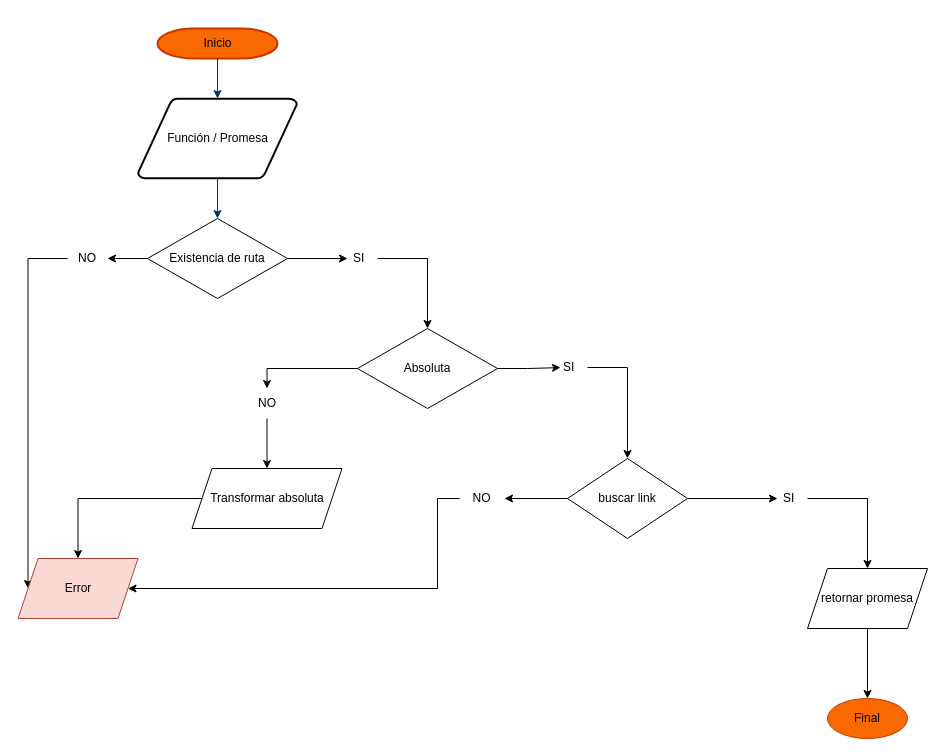
Above: Diagrama sin título.drawio in WaraKaren/MdLink (draw.io), before the change. Source tidied: cells renumbered, new cells numbered last; positions are measured from the earlier drawing's top-left corner, leaving out a move shared by most shapes. Both pictures are drawn from the tidied source at 100%, with x=0, y=0 at pixel (17, 28).
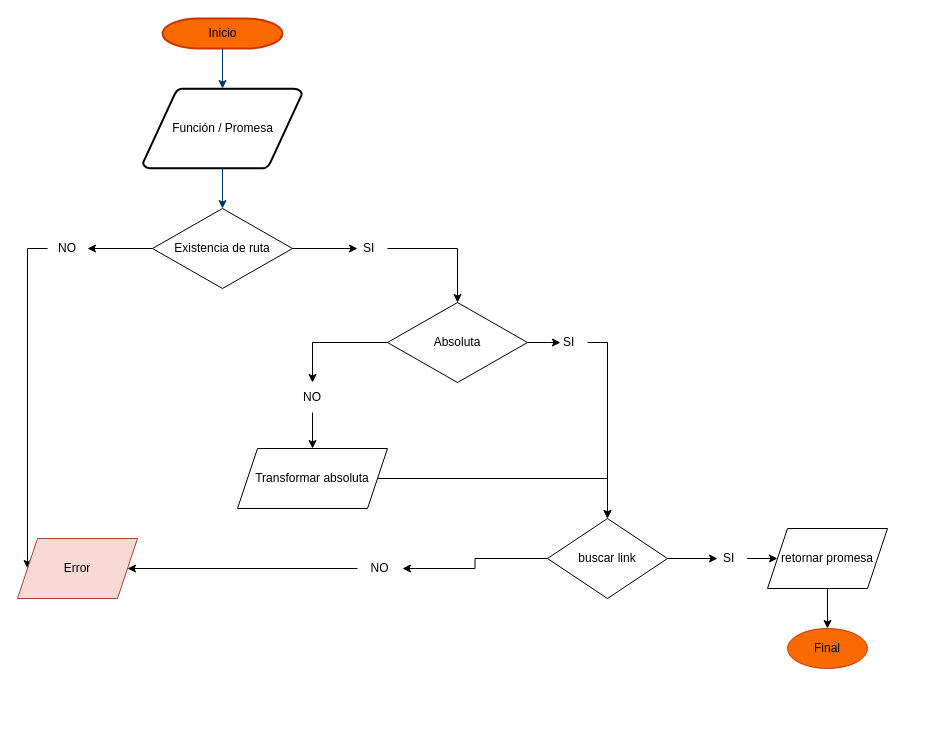
The same diagram, later.

Change to the diagram source:
```diff
@@
     <mxCell id="2" value="Inicio" style="shape=mxgraph.flowchart.terminator;strokeWidth=2;gradientDirection=north;fontStyle=0;html=1;fillColor=#fa6800;fontColor=#000000;strokeColor=#C73500;" parent="1" vertex="1">
-      <mxGeometry x="140" width="120" height="30" as="geometry" />
+      <mxGeometry x="145" y="-10" width="120" height="30" as="geometry" />
     </mxCell>
     <mxCell id="3" value="Función / Promesa" style="shape=mxgraph.flowchart.data;strokeWidth=2;gradientColor=none;gradientDirection=north;fontStyle=0;html=1;" parent="1" vertex="1">
-      <mxGeometry x="120.5" y="70" width="159" height="80" as="geometry" />
+      <mxGeometry x="125.5" y="60" width="159" height="80" as="geometry" />
     </mxCell>
@@
-    <mxCell id="5" style="fontStyle=1;strokeColor=#003366;strokeWidth=1;html=1;" parent="1" edge="1" source="3">
-      <mxGeometry relative="1" as="geometry">
-        <mxPoint x="200" y="190" as="targetPoint" />
-      </mxGeometry>
+    <mxCell id="5" style="fontStyle=1;strokeColor=#003366;strokeWidth=1;html=1;entryX=0.5;entryY=0;entryDx=0;entryDy=0;" parent="1" edge="1" source="3" target="8">
+      <mxGeometry relative="1" as="geometry" />
     </mxCell>
@@
     <mxCell id="8" value="Existencia de ruta" style="rhombus;whiteSpace=wrap;html=1;" parent="1" vertex="1">
-      <mxGeometry x="130" y="190" width="140" height="80" as="geometry" />
+      <mxGeometry x="135" y="180" width="140" height="80" as="geometry" />
     </mxCell>
@@
     <mxCell id="11" value="Absoluta" style="rhombus;whiteSpace=wrap;html=1;" parent="1" vertex="1">
-      <mxGeometry x="340" y="300" width="140" height="80" as="geometry" />
+      <mxGeometry x="370" y="274" width="140" height="80" as="geometry" />
     </mxCell>
@@
     <mxCell id="13" value="SI" style="text;strokeColor=none;fillColor=none;align=left;verticalAlign=middle;spacingLeft=4;spacingRight=4;overflow=hidden;points=[[0,0.5],[1,0.5]];portConstraint=eastwest;whiteSpace=wrap;html=1;" parent="1" vertex="1">
-      <mxGeometry x="330" y="215" width="30" height="30" as="geometry" />
+      <mxGeometry x="340" y="205" width="30" height="30" as="geometry" />
     </mxCell>
@@
-    <mxCell id="15" style="edgeStyle=orthogonalEdgeStyle;rounded=0;jettySize=auto;html=1;exitX=0;exitY=0.5;exitDx=0;exitDy=0;" parent="1" edge="1" source="30" target="27">
-      <mxGeometry relative="1" as="geometry">
-        <Array as="points">
-          <mxPoint x="420" y="470" />
-          <mxPoint x="420" y="560" />
-        </Array>
-      </mxGeometry>
-    </mxCell>
     <mxCell id="16" value="buscar link" style="rhombus;whiteSpace=wrap;html=1;" parent="1" vertex="1">
-      <mxGeometry x="550" y="430" width="120" height="80" as="geometry" />
+      <mxGeometry x="530" y="490" width="120" height="80" as="geometry" />
     </mxCell>
@@
     <mxCell id="18" value="retornar promesa" style="shape=parallelogram;perimeter=parallelogramPerimeter;whiteSpace=wrap;html=1;fixedSize=1;" parent="1" vertex="1">
-      <mxGeometry x="790" y="540" width="120" height="60" as="geometry" />
+      <mxGeometry x="750" y="500" width="120" height="60" as="geometry" />
     </mxCell>
-    <mxCell id="19" style="edgeStyle=orthogonalEdgeStyle;rounded=0;jettySize=auto;html=1;entryX=0.5;entryY=0;entryDx=0;entryDy=0;" parent="1" edge="1" source="20" target="27">
-      <mxGeometry relative="1" as="geometry" />
-    </mxCell>
+    <mxCell id="33" style="edgeStyle=orthogonalEdgeStyle;rounded=0;jettySize=auto;html=1;entryX=0.5;entryY=0;entryDx=0;entryDy=0;" parent="1" edge="1" source="20" target="16">
+      <mxGeometry relative="1" as="geometry" />
+    </mxCell>
     <mxCell id="20" value="Transformar absoluta" style="shape=parallelogram;perimeter=parallelogramPerimeter;whiteSpace=wrap;html=1;fixedSize=1;" parent="1" vertex="1">
-      <mxGeometry x="174.5" y="440" width="150" height="60" as="geometry" />
+      <mxGeometry x="220" y="420" width="150" height="60" as="geometry" />
     </mxCell>
@@
     <mxCell id="23" value="NO" style="text;html=1;strokeColor=none;fillColor=none;align=center;verticalAlign=middle;whiteSpace=wrap;rounded=0;" parent="1" vertex="1">
-      <mxGeometry x="219.5" y="360" width="60" height="30" as="geometry" />
+      <mxGeometry x="265" y="354" width="60" height="30" as="geometry" />
     </mxCell>
     <mxCell id="24" value="SI" style="text;strokeColor=none;fillColor=none;align=left;verticalAlign=middle;spacingLeft=4;spacingRight=4;overflow=hidden;points=[[0,0.5],[1,0.5]];portConstraint=eastwest;whiteSpace=wrap;html=1;" parent="1" vertex="1">
-      <mxGeometry x="540" y="324" width="30" height="30" as="geometry" />
+      <mxGeometry x="540" y="299" width="30" height="30" as="geometry" />
     </mxCell>
-    <mxCell id="25" style="edgeStyle=orthogonalEdgeStyle;rounded=0;jettySize=auto;html=1;" parent="1" edge="1" source="16" target="26">
+    <mxCell id="25" style="edgeStyle=orthogonalEdgeStyle;rounded=0;jettySize=auto;html=1;exitX=1;exitY=0.5;exitDx=0;exitDy=0;" parent="1" edge="1" source="16" target="26">
       <mxGeometry relative="1" as="geometry" />
     </mxCell>
     <mxCell id="26" value="SI" style="text;strokeColor=none;fillColor=none;align=left;verticalAlign=middle;spacingLeft=4;spacingRight=4;overflow=hidden;points=[[0,0.5],[1,0.5]];portConstraint=eastwest;whiteSpace=wrap;html=1;" parent="1" vertex="1">
-      <mxGeometry x="760" y="455" width="30" height="30" as="geometry" />
+      <mxGeometry x="700" y="515" width="30" height="30" as="geometry" />
     </mxCell>
     <mxCell id="27" value="Error" style="shape=parallelogram;perimeter=parallelogramPerimeter;whiteSpace=wrap;html=1;fixedSize=1;fillColor=#fad9d5;strokeColor=#ae4132;" parent="1" vertex="1">
-      <mxGeometry x="0.5" y="530" width="120" height="60" as="geometry" />
+      <mxGeometry y="510" width="120" height="60" as="geometry" />
     </mxCell>
     <mxCell id="28" value="Final" style="ellipse;whiteSpace=wrap;html=1;fillColor=#fa6800;fontColor=#000000;strokeColor=#C73500;" parent="1" vertex="1">
-      <mxGeometry x="810" y="670" width="80" height="40" as="geometry" />
+      <mxGeometry x="770" y="600" width="80" height="40" as="geometry" />
     </mxCell>
@@
+    <mxCell id="15" style="edgeStyle=orthogonalEdgeStyle;rounded=0;jettySize=auto;html=1;entryX=1;entryY=0.5;entryDx=0;entryDy=0;" parent="1" edge="1" source="30" target="27">
+      <mxGeometry relative="1" as="geometry" />
+    </mxCell>
     <mxCell id="30" value="NO" style="text;html=1;strokeColor=none;fillColor=none;align=center;verticalAlign=middle;whiteSpace=wrap;rounded=0;" parent="1" vertex="1">
-      <mxGeometry x="442" y="455" width="45" height="30" as="geometry" />
+      <mxGeometry x="340" y="525" width="45" height="30" as="geometry" />
     </mxCell>
@@
     <mxCell id="32" value="NO" style="text;html=1;strokeColor=none;fillColor=none;align=center;verticalAlign=middle;whiteSpace=wrap;rounded=0;" parent="1" vertex="1">
-      <mxGeometry x="50" y="215" width="40" height="30" as="geometry" />
+      <mxGeometry x="30" y="205" width="40" height="30" as="geometry" />
     </mxCell>
+    <mxCell id="34" style="edgeStyle=orthogonalEdgeStyle;rounded=0;orthogonalLoop=1;jettySize=auto;html=1;exitX=0.5;exitY=1;exitDx=0;exitDy=0;" parent="1" edge="1" source="28" target="28">
+      <mxGeometry relative="1" as="geometry" />
+    </mxCell>
```
